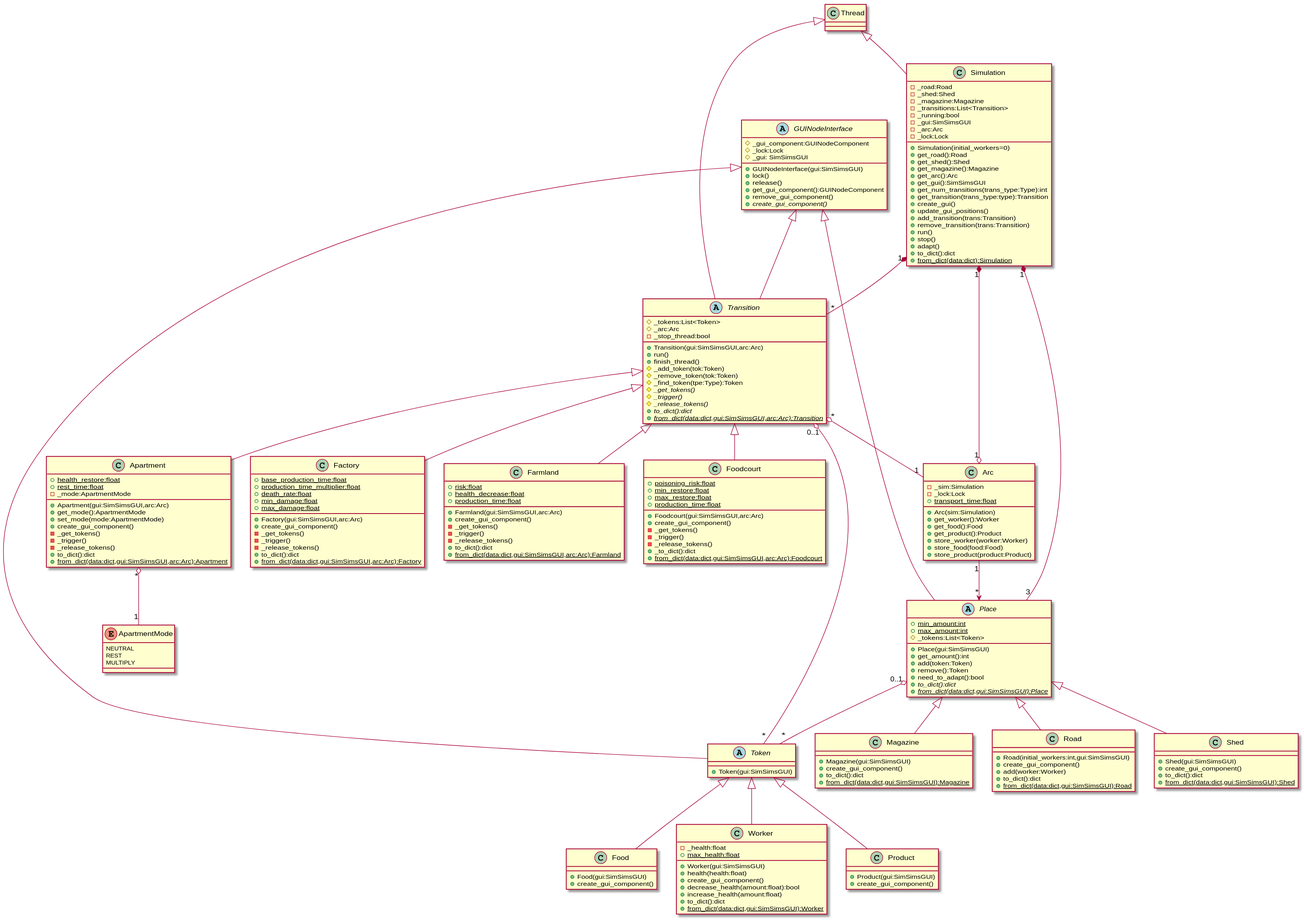
vigge93-BTH-courses/DV1582-Programmering-fortsattningskurs keeps this PlantUML diagram as OU3/UML/SimSimUML.svg. Above is the earlier version.
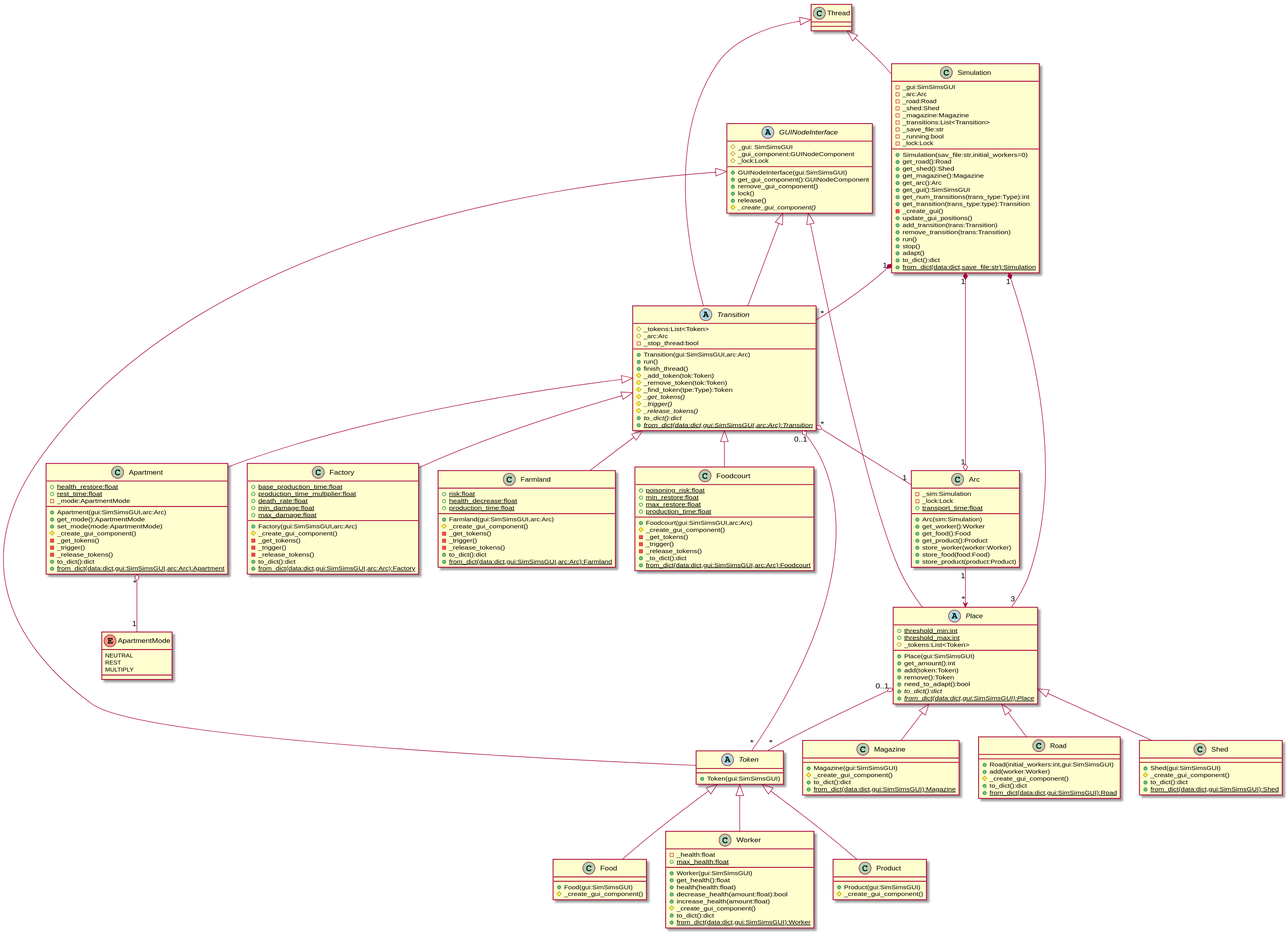
Later version of the same file.

What changed in the source:
```diff
@@ -22,15 +22,16 @@
     MULTIPLY
 }
 
+Simulation : - _gui:SimSimsGUI
+Simulation : - _arc:Arc
 Simulation : - _road:Road
 Simulation : - _shed:Shed
 Simulation : - _magazine:Magazine
 Simulation : - _transitions:List<Transition>
+Simulation : - _save_file:str
 Simulation : - _running:bool
-Simulation : - _gui:SimSimsGUI
-Simulation : - _arc:Arc
 Simulation : - _lock:Lock
-Simulation : + Simulation(initial_workers=0)
+Simulation : + Simulation(sav_file:str,initial_workers=0)
 Simulation : + get_road():Road
 Simulation : + get_shed():Shed
 Simulation : + get_magazine():Magazine
@@ -38,7 +39,7 @@
 Simulation : + get_gui():SimSimsGUI
 Simulation : + get_num_transitions(trans_type:Type):int
 Simulation : + get_transition(trans_type:type):Transition
-Simulation : + create_gui()
+Simulation : - _create_gui()
 Simulation : + update_gui_positions()
 Simulation : + add_transition(trans:Transition)
 Simulation : + remove_transition(trans:Transition)
@@ -46,7 +47,7 @@
 Simulation : + stop()
 Simulation : + adapt()
 Simulation : + to_dict():dict
-Simulation : {static} + from_dict(data:dict):Simulation
+Simulation : {static} + from_dict(data:dict,save_file:str):Simulation
 
 Arc : - _sim:Simulation
 Arc : - _lock:Lock
@@ -59,18 +60,18 @@
 Arc : + store_food(food:Food)
 Arc : + store_product(product:Product)
 
+GUINodeInterface : # _gui: SimSimsGUI
 GUINodeInterface : # _gui_component:GUINodeComponent
 GUINodeInterface : # _lock:Lock
-GUINodeInterface : # _gui: SimSimsGUI
 GUINodeInterface : + GUINodeInterface(gui:SimSimsGUI)
+GUINodeInterface : + get_gui_component():GUINodeComponent
+GUINodeInterface : + remove_gui_component()
 GUINodeInterface : + lock()
 GUINodeInterface : + release()
-GUINodeInterface : + get_gui_component():GUINodeComponent
-GUINodeInterface : + remove_gui_component()
-GUINodeInterface : {abstract} + create_gui_component()
+GUINodeInterface : {abstract} # _create_gui_component()
 
-Place : {static} + min_amount:int
-Place : {static} + max_amount:int
+Place : {static} + threshold_min:int
+Place : {static} + threshold_max:int
 Place : # _tokens:List<Token>
 Place : + Place(gui:SimSimsGUI)
 Place : + get_amount():int
@@ -98,18 +99,19 @@
 Transition : {abstract} {static} + from_dict(data:dict,gui:SimSimsGUI,arc:Arc):Transition
 
 Product : + Product(gui:SimSimsGUI)
-Product : + create_gui_component()
+Product : # _create_gui_component()
 
 Food : + Food(gui:SimSimsGUI)
-Food : + create_gui_component()
+Food : # _create_gui_component()
 
 Worker : - _health:float
 Worker : {static} + max_health:float
 Worker : + Worker(gui:SimSimsGUI)
+Worker : + get_health():float
 Worker : + health(health:float)
-Worker : + create_gui_component()
 Worker : + decrease_health(amount:float):bool
 Worker : + increase_health(amount:float)
+Worker : # _create_gui_component()
 Worker : + to_dict():dict
 Worker : {static} + from_dict(data:dict,gui:SimSimsGUI):Worker
 
@@ -119,7 +121,7 @@
 Apartment : + Apartment(gui:SimSimsGUI,arc:Arc)
 Apartment : + get_mode():ApartmentMode
 Apartment : + set_mode(mode:ApartmentMode)
-Apartment : + create_gui_component()
+Apartment : # _create_gui_component()
 Apartment : - _get_tokens()
 Apartment : - _trigger()
 Apartment : - _release_tokens()
@@ -132,7 +134,7 @@
 Factory : {static} + min_damage:float
 Factory : {static} + max_damage:float
 Factory : + Factory(gui:SimSimsGUI,arc:Arc)
-Factory : + create_gui_component()
+Factory : # _create_gui_component()
 Factory : - _get_tokens()
 Factory : - _trigger()
 Factory : - _release_tokens()
@@ -143,7 +145,7 @@
 Farmland : {static} + health_decrease:float
 Farmland : {static} + production_time:float
 Farmland : + Farmland(gui:SimSimsGUI,arc:Arc)
-Farmland : + create_gui_component()
+Farmland : # _create_gui_component()
 Farmland : - _get_tokens()
 Farmland : - _trigger()
 Farmland : - _release_tokens()
@@ -155,7 +157,7 @@
 Foodcourt : {static} + max_restore:float
 Foodcourt : {static} + production_time:float
 Foodcourt : + Foodcourt(gui:SimSimsGUI,arc:Arc)
-Foodcourt : + create_gui_component()
+Foodcourt : # _create_gui_component()
 Foodcourt : - _get_tokens()
 Foodcourt : - _trigger()
 Foodcourt : - _release_tokens()
@@ -163,18 +165,18 @@
 Foodcourt : {static} + from_dict(data:dict,gui:SimSimsGUI,arc:Arc):Foodcourt
 
 Shed : + Shed(gui:SimSimsGUI)
-Shed : + create_gui_component()
+Shed : # _create_gui_component()
 Shed : + to_dict():dict
 Shed : {static} + from_dict(data:dict,gui:SimSimsGUI):Shed
 
 Magazine : + Magazine(gui:SimSimsGUI)
-Magazine : + create_gui_component()
+Magazine : # _create_gui_component()
 Magazine : + to_dict():dict
 Magazine : {static} + from_dict(data:dict,gui:SimSimsGUI):Magazine
 
 Road : + Road(initial_workers:int,gui:SimSimsGUI)
-Road : + create_gui_component()
 Road : + add(worker:Worker)
+Road : # _create_gui_component()
 Road : + to_dict():dict
 Road : {static} + from_dict(data:dict,gui:SimSimsGUI):Road
 
```
